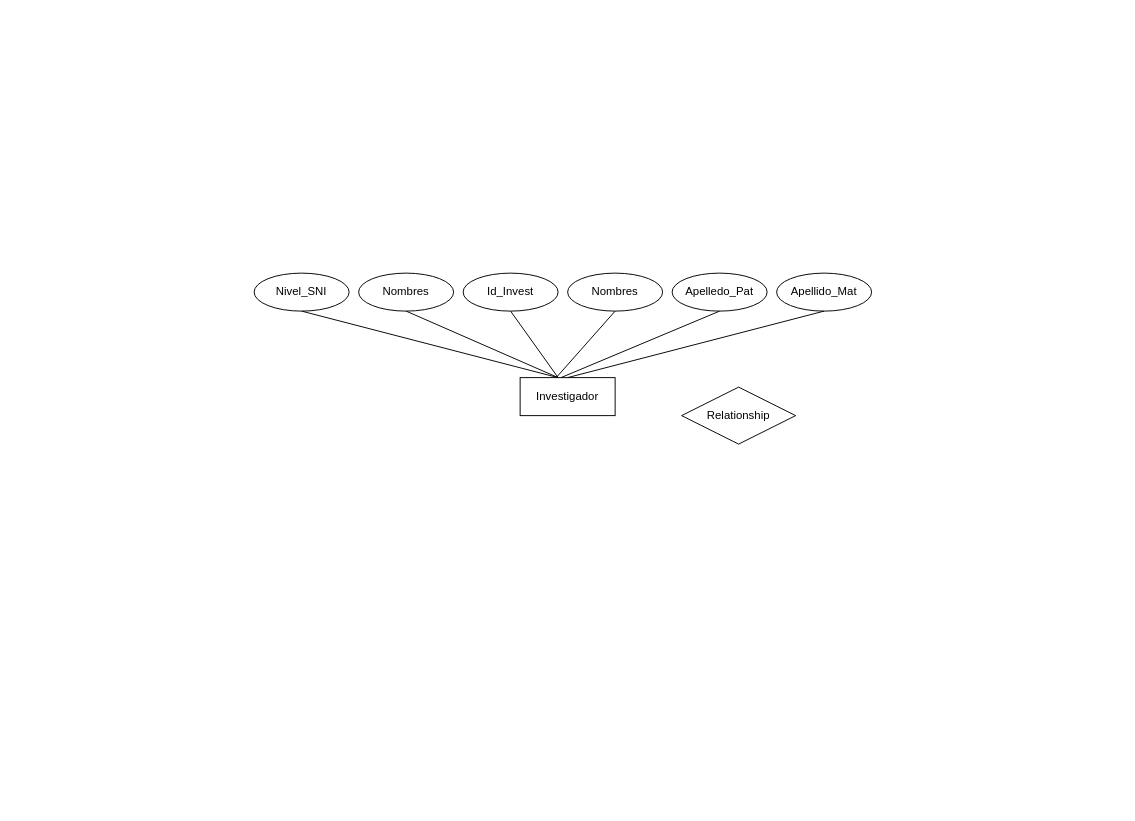
Above: Diagrama sin título.drawio in markbr04/Pro-SIM-TIRO (draw.io), before the change. Source tidied: cells renumbered, new cells numbered last; positions are measured from the earlier drawing's top-left corner, leaving out a move shared by most shapes. Both pictures are drawn from the tidied source at 95%, with x=0, y=0 at pixel (254, 273).
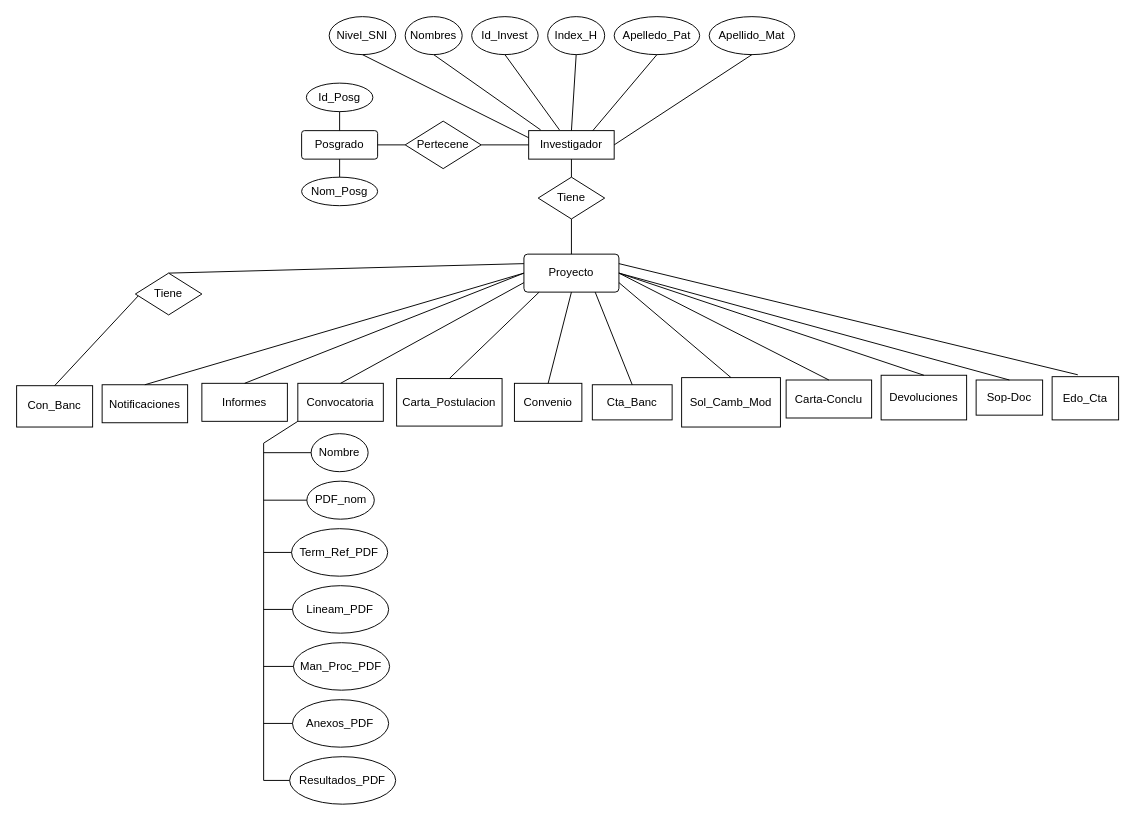
The same diagram, later.

Change to the diagram source:
```diff
@@
     <mxCell id="2" value="Investigador" style="whiteSpace=wrap;html=1;align=center;" parent="1" vertex="1">
-      <mxGeometry x="280" y="110" width="100" height="40" as="geometry" />
+      <mxGeometry x="289" y="-150" width="90" height="30" as="geometry" />
     </mxCell>
     <mxCell id="3" value="Id_Invest" style="ellipse;whiteSpace=wrap;html=1;align=center;" parent="1" vertex="1">
-      <mxGeometry x="220" width="100" height="40" as="geometry" />
+      <mxGeometry x="229" y="-270" width="70" height="40" as="geometry" />
     </mxCell>
-    <mxCell id="4" value="Nombres" style="ellipse;whiteSpace=wrap;html=1;align=center;" parent="1" vertex="1">
-      <mxGeometry x="330" width="100" height="40" as="geometry" />
+    <mxCell id="4" value="Index_H" style="ellipse;whiteSpace=wrap;html=1;align=center;" parent="1" vertex="1">
+      <mxGeometry x="309" y="-270" width="60" height="40" as="geometry" />
     </mxCell>
     <mxCell id="5" value="Apelledo_Pat" style="ellipse;whiteSpace=wrap;html=1;align=center;" parent="1" vertex="1">
-      <mxGeometry x="440" width="100" height="40" as="geometry" />
+      <mxGeometry x="379" y="-270" width="90" height="40" as="geometry" />
     </mxCell>
     <mxCell id="6" value="Nivel_SNI" style="ellipse;whiteSpace=wrap;html=1;align=center;" parent="1" vertex="1">
-      <mxGeometry width="100" height="40" as="geometry" />
+      <mxGeometry x="79" y="-270" width="70" height="40" as="geometry" />
     </mxCell>
     <mxCell id="7" value="Nombres" style="ellipse;whiteSpace=wrap;html=1;align=center;" parent="1" vertex="1">
-      <mxGeometry x="110" width="100" height="40" as="geometry" />
+      <mxGeometry x="159" y="-270" width="60" height="40" as="geometry" />
     </mxCell>
     <mxCell id="8" value="Apellido_Mat" style="ellipse;whiteSpace=wrap;html=1;align=center;" parent="1" vertex="1">
-      <mxGeometry x="550" width="100" height="40" as="geometry" />
+      <mxGeometry x="479" y="-270" width="90" height="40" as="geometry" />
     </mxCell>
-    <mxCell id="9" style="endArrow=none;html=1;rounded=0;exitX=0.4;exitY=0;exitDx=0;exitDy=0;entryX=0.5;entryY=1;entryDx=0;entryDy=0;exitPerimeter=0;" parent="1" edge="1" source="2" target="6">
+    <mxCell id="9" style="endArrow=none;html=1;rounded=0;exitX=0;exitY=0.25;exitDx=0;exitDy=0;entryX=0.5;entryY=1;entryDx=0;entryDy=0;" parent="1" edge="1" source="2" target="6">
       <mxGeometry relative="1" as="geometry" />
     </mxCell>
-    <mxCell id="10" style="endArrow=none;html=1;rounded=0;exitX=0.38;exitY=0;exitDx=0;exitDy=0;entryX=0.5;entryY=1;entryDx=0;entryDy=0;exitPerimeter=0;" parent="1" edge="1" source="2" target="4">
+    <mxCell id="10" style="endArrow=none;html=1;rounded=0;exitX=0.5;exitY=0;exitDx=0;exitDy=0;entryX=0.5;entryY=1;entryDx=0;entryDy=0;" parent="1" edge="1" source="2" target="4">
       <mxGeometry relative="1" as="geometry" />
     </mxCell>
-    <mxCell id="11" style="endArrow=none;html=1;rounded=0;exitX=0.43;exitY=0;exitDx=0;exitDy=0;entryX=0.5;entryY=1;entryDx=0;entryDy=0;exitPerimeter=0;" parent="1" edge="1" source="2" target="5">
+    <mxCell id="11" style="endArrow=none;html=1;rounded=0;exitX=0.75;exitY=0;exitDx=0;exitDy=0;entryX=0.5;entryY=1;entryDx=0;entryDy=0;" parent="1" edge="1" source="2" target="5">
       <mxGeometry relative="1" as="geometry" />
     </mxCell>
-    <mxCell id="12" style="endArrow=none;html=1;rounded=0;exitX=0.5;exitY=1;exitDx=0;exitDy=0;entryX=0.5;entryY=0;entryDx=0;entryDy=0;" parent="1" edge="1" source="8" target="2">
+    <mxCell id="12" style="endArrow=none;html=1;rounded=0;exitX=0.5;exitY=1;exitDx=0;exitDy=0;entryX=1;entryY=0.5;entryDx=0;entryDy=0;" parent="1" edge="1" source="8" target="2">
       <mxGeometry relative="1" as="geometry" />
     </mxCell>
-    <mxCell id="13" style="endArrow=none;html=1;rounded=0;exitX=0.4;exitY=0;exitDx=0;exitDy=0;exitPerimeter=0;entryX=0.5;entryY=1;entryDx=0;entryDy=0;" parent="1" edge="1" source="2" target="3">
+    <mxCell id="13" style="endArrow=none;html=1;rounded=0;exitX=0.36;exitY=-0.025;exitDx=0;exitDy=0;entryX=0.5;entryY=1;entryDx=0;entryDy=0;exitPerimeter=0;" parent="1" edge="1" source="2" target="3">
       <mxGeometry relative="1" as="geometry" />
     </mxCell>
-    <mxCell id="14" style="endArrow=none;html=1;rounded=0;entryX=0.5;entryY=1;entryDx=0;entryDy=0;" parent="1" edge="1" target="7">
-      <mxGeometry relative="1" as="geometry">
-        <mxPoint x="320" y="110" as="sourcePoint" />
-      </mxGeometry>
+    <mxCell id="14" style="endArrow=none;html=1;rounded=0;entryX=0.5;entryY=1;entryDx=0;entryDy=0;exitX=0.14;exitY=-0.025;exitDx=0;exitDy=0;exitPerimeter=0;" parent="1" edge="1" source="2" target="7">
+      <mxGeometry relative="1" as="geometry" />
     </mxCell>
-    <mxCell id="15" value="Relationship" style="shape=rhombus;perimeter=rhombusPerimeter;whiteSpace=wrap;html=1;align=center;" parent="1" vertex="1">
-      <mxGeometry x="450" y="120" width="120" height="60" as="geometry" />
+    <mxCell id="15" value="Pertecene" style="shape=rhombus;perimeter=rhombusPerimeter;whiteSpace=wrap;html=1;align=center;" parent="1" vertex="1">
+      <mxGeometry x="159" y="-160" width="80" height="50" as="geometry" />
     </mxCell>
+    <mxCell id="16" value="Posgrado" style="rounded=1;arcSize=10;whiteSpace=wrap;html=1;align=center;" parent="1" vertex="1">
+      <mxGeometry x="50" y="-150" width="80" height="30" as="geometry" />
+    </mxCell>
+    <mxCell id="17" style="endArrow=none;html=1;rounded=0;entryX=0;entryY=0.5;entryDx=0;entryDy=0;" parent="1" edge="1" source="15" target="2">
+      <mxGeometry relative="1" as="geometry" />
+    </mxCell>
+    <mxCell id="18" value="Id_Posg" style="ellipse;whiteSpace=wrap;html=1;align=center;" parent="1" vertex="1">
+      <mxGeometry x="55" y="-200" width="70" height="30" as="geometry" />
+    </mxCell>
+    <mxCell id="19" value="Nom_Posg" style="ellipse;whiteSpace=wrap;html=1;align=center;" parent="1" vertex="1">
+      <mxGeometry x="50" y="-101" width="80" height="30" as="geometry" />
+    </mxCell>
+    <mxCell id="20" style="endArrow=none;html=1;rounded=0;entryX=0;entryY=0.5;entryDx=0;entryDy=0;exitX=1;exitY=0.5;exitDx=0;exitDy=0;" parent="1" edge="1" source="16" target="15">
+      <mxGeometry relative="1" as="geometry" />
+    </mxCell>
+    <mxCell id="21" value="Proyecto" style="rounded=1;arcSize=10;whiteSpace=wrap;html=1;align=center;" parent="1" vertex="1">
+      <mxGeometry x="284" y="-20" width="100" height="40" as="geometry" />
+    </mxCell>
+    <mxCell id="22" value="Tiene" style="shape=rhombus;perimeter=rhombusPerimeter;whiteSpace=wrap;html=1;align=center;" parent="1" vertex="1">
+      <mxGeometry x="299" y="-101" width="70" height="44" as="geometry" />
+    </mxCell>
+    <mxCell id="23" style="endArrow=none;html=1;rounded=0;exitX=0.5;exitY=0;exitDx=0;exitDy=0;entryX=0.5;entryY=1;entryDx=0;entryDy=0;" parent="1" edge="1" source="22" target="2">
+      <mxGeometry relative="1" as="geometry" />
+    </mxCell>
+    <mxCell id="24" style="endArrow=none;html=1;rounded=0;exitX=0.5;exitY=0;exitDx=0;exitDy=0;entryX=0.5;entryY=1;entryDx=0;entryDy=0;" parent="1" edge="1" source="21" target="22">
+      <mxGeometry relative="1" as="geometry" />
+    </mxCell>
+    <mxCell id="25" value="Convocatoria" style="rounded;whiteSpace=wrap;html=1;align=center;" parent="1" vertex="1">
+      <mxGeometry x="46" y="116" width="90" height="40" as="geometry" />
+    </mxCell>
+    <mxCell id="26" style="endArrow=none;html=1;rounded=0;entryX=0.5;entryY=1;entryDx=0;entryDy=0;exitX=0.5;exitY=0;exitDx=0;exitDy=0;" parent="1" edge="1" source="16" target="18">
+      <mxGeometry relative="1" as="geometry" />
+    </mxCell>
+    <mxCell id="27" style="endArrow=none;html=1;rounded=0;entryX=0.5;entryY=1;entryDx=0;entryDy=0;exitX=0.5;exitY=0;exitDx=0;exitDy=0;" parent="1" edge="1" source="19" target="16">
+      <mxGeometry relative="1" as="geometry" />
+    </mxCell>
+    <mxCell id="28" value="Carta_Postulacion" style="rounded;whiteSpace=wrap;html=1;align=center;" parent="1" vertex="1">
+      <mxGeometry x="150" y="111" width="111" height="50" as="geometry" />
+    </mxCell>
+    <mxCell id="29" value="Sol_Camb_Mod" style="rounded;whiteSpace=wrap;html=1;align=center;" parent="1" vertex="1">
+      <mxGeometry x="450" y="110" width="104" height="52" as="geometry" />
+    </mxCell>
+    <mxCell id="30" value="Carta-Conclu" style="rounded;whiteSpace=wrap;html=1;align=center;" parent="1" vertex="1">
+      <mxGeometry x="560" y="112.5" width="90" height="40" as="geometry" />
+    </mxCell>
+    <mxCell id="31" value="Informes" style="rounded;whiteSpace=wrap;html=1;align=center;" parent="1" vertex="1">
+      <mxGeometry x="-55" y="116" width="90" height="40" as="geometry" />
+    </mxCell>
+    <mxCell id="32" value="Cta_Banc" style="rounded;whiteSpace=wrap;html=1;align=center;" parent="1" vertex="1">
+      <mxGeometry x="356" y="117.5" width="84" height="37" as="geometry" />
+    </mxCell>
+    <mxCell id="33" value="Convenio" style="rounded;whiteSpace=wrap;html=1;align=center;" parent="1" vertex="1">
+      <mxGeometry x="274" y="116" width="71" height="40" as="geometry" />
+    </mxCell>
+    <mxCell id="34" style="endArrow=none;html=1;rounded=0;exitX=0.5;exitY=0;exitDx=0;exitDy=0;entryX=0;entryY=0.5;entryDx=0;entryDy=0;" parent="1" edge="1" source="31" target="21">
+      <mxGeometry relative="1" as="geometry" />
+    </mxCell>
+    <mxCell id="35" style="endArrow=none;html=1;rounded=0;exitX=0.5;exitY=0;exitDx=0;exitDy=0;entryX=0;entryY=0.75;entryDx=0;entryDy=0;" parent="1" edge="1" source="25" target="21">
+      <mxGeometry relative="1" as="geometry" />
+    </mxCell>
+    <mxCell id="36" style="endArrow=none;html=1;rounded=0;exitX=0.5;exitY=0;exitDx=0;exitDy=0;" parent="1" edge="1" source="28">
+      <mxGeometry relative="1" as="geometry">
+        <mxPoint x="300" y="20" as="targetPoint" />
+      </mxGeometry>
+    </mxCell>
+    <mxCell id="37" style="endArrow=none;html=1;rounded=0;exitX=0.5;exitY=0;exitDx=0;exitDy=0;entryX=0.5;entryY=1;entryDx=0;entryDy=0;" parent="1" edge="1" source="33" target="21">
+      <mxGeometry relative="1" as="geometry" />
+    </mxCell>
+    <mxCell id="38" style="endArrow=none;html=1;rounded=0;exitX=0.5;exitY=0;exitDx=0;exitDy=0;entryX=0.75;entryY=1;entryDx=0;entryDy=0;" parent="1" edge="1" source="32" target="21">
+      <mxGeometry relative="1" as="geometry" />
+    </mxCell>
+    <mxCell id="39" style="endArrow=none;html=1;rounded=0;exitX=0.5;exitY=0;exitDx=0;exitDy=0;entryX=1;entryY=0.75;entryDx=0;entryDy=0;" parent="1" edge="1" source="29" target="21">
+      <mxGeometry relative="1" as="geometry" />
+    </mxCell>
+    <mxCell id="40" style="endArrow=none;html=1;rounded=0;exitX=0.5;exitY=0;exitDx=0;exitDy=0;entryX=1;entryY=0.5;entryDx=0;entryDy=0;" parent="1" edge="1" source="30" target="21">
+      <mxGeometry relative="1" as="geometry" />
+    </mxCell>
+    <mxCell id="41" value="Con_Banc" style="rounded;whiteSpace=wrap;html=1;align=center;" parent="1" vertex="1">
+      <mxGeometry x="-250" y="118.5" width="80" height="43.5" as="geometry" />
+    </mxCell>
+    <mxCell id="42" value="Notificaciones" style="rounded;whiteSpace=wrap;html=1;align=center;" parent="1" vertex="1">
+      <mxGeometry x="-160" y="117.5" width="90" height="40" as="geometry" />
+    </mxCell>
+    <mxCell id="43" value="Edo_Cta" style="rounded;whiteSpace=wrap;html=1;align=center;" parent="1" vertex="1">
+      <mxGeometry x="840" y="109" width="70" height="45.5" as="geometry" />
+    </mxCell>
+    <mxCell id="44" value="Sop-Doc" style="rounded;whiteSpace=wrap;html=1;align=center;" parent="1" vertex="1">
+      <mxGeometry x="760" y="112.5" width="70" height="37" as="geometry" />
+    </mxCell>
+    <mxCell id="45" value="Devoluciones" style="rounded;whiteSpace=wrap;html=1;align=center;" parent="1" vertex="1">
+      <mxGeometry x="660" y="107.5" width="90" height="47" as="geometry" />
+    </mxCell>
+    <mxCell id="46" style="endArrow=none;html=1;rounded=0;exitX=0.5;exitY=0;exitDx=0;exitDy=0;entryX=1;entryY=0.5;entryDx=0;entryDy=0;" parent="1" edge="1" source="45" target="21">
+      <mxGeometry relative="1" as="geometry" />
+    </mxCell>
+    <mxCell id="47" style="endArrow=none;html=1;rounded=0;exitX=1;exitY=0.5;exitDx=0;exitDy=0;entryX=0.5;entryY=0;entryDx=0;entryDy=0;" parent="1" edge="1" source="21" target="44">
+      <mxGeometry relative="1" as="geometry" />
+    </mxCell>
+    <mxCell id="48" style="endArrow=none;html=1;rounded=0;exitX=0.5;exitY=0;exitDx=0;exitDy=0;entryX=0;entryY=0.5;entryDx=0;entryDy=0;" parent="1" edge="1" source="42" target="21">
+      <mxGeometry relative="1" as="geometry" />
+    </mxCell>
+    <mxCell id="49" style="endArrow=none;html=1;rounded=0;exitX=0.5;exitY=0;exitDx=0;exitDy=0;entryX=0;entryY=0.25;entryDx=0;entryDy=0;startArrow=none;" parent="1" edge="1" source="67" target="21">
+      <mxGeometry relative="1" as="geometry" />
+    </mxCell>
+    <mxCell id="50" style="endArrow=none;html=1;rounded=0;exitX=1;exitY=0.25;exitDx=0;exitDy=0;entryX=0.386;entryY=-0.044;entryDx=0;entryDy=0;entryPerimeter=0;" parent="1" edge="1" source="21" target="43">
+      <mxGeometry relative="1" as="geometry" />
+    </mxCell>
+    <mxCell id="51" value="Nombre" style="ellipse;whiteSpace=wrap;html=1;align=center;" parent="1" vertex="1">
+      <mxGeometry x="60" y="169" width="60" height="40" as="geometry" />
+    </mxCell>
+    <mxCell id="52" value="PDF_nom" style="ellipse;whiteSpace=wrap;html=1;align=center;" parent="1" vertex="1">
+      <mxGeometry x="55.5" y="219" width="71" height="40" as="geometry" />
+    </mxCell>
+    <mxCell id="53" value="Term_Ref_PDF" style="ellipse;whiteSpace=wrap;html=1;align=center;" parent="1" vertex="1">
+      <mxGeometry x="39.4" y="269" width="101.2" height="50" as="geometry" />
+    </mxCell>
+    <mxCell id="54" value="Lineam_PDF" style="ellipse;whiteSpace=wrap;html=1;align=center;" parent="1" vertex="1">
+      <mxGeometry x="40.4" y="329" width="101.2" height="50" as="geometry" />
+    </mxCell>
+    <mxCell id="55" value="Man_Proc_PDF" style="ellipse;whiteSpace=wrap;html=1;align=center;" parent="1" vertex="1">
+      <mxGeometry x="41.4" y="389" width="101.2" height="50" as="geometry" />
+    </mxCell>
+    <mxCell id="56" value="Anexos_PDF" style="ellipse;whiteSpace=wrap;html=1;align=center;" parent="1" vertex="1">
+      <mxGeometry x="40.4" y="449" width="101.2" height="50" as="geometry" />
+    </mxCell>
+    <mxCell id="57" value="Resultados_PDF" style="ellipse;whiteSpace=wrap;html=1;align=center;" parent="1" vertex="1">
+      <mxGeometry x="37.4" y="509" width="111.6" height="50" as="geometry" />
+    </mxCell>
+    <mxCell id="58" style="endArrow=none;html=1;rounded=0;entryX=0;entryY=0.5;entryDx=0;entryDy=0;" parent="1" edge="1" target="57">
+      <mxGeometry relative="1" as="geometry">
+        <mxPoint x="10" y="179" as="sourcePoint" />
+        <Array as="points">
+          <mxPoint x="10" y="534" />
+        </Array>
+      </mxGeometry>
+    </mxCell>
+    <mxCell id="59" style="endArrow=none;html=1;rounded=0;entryX=0;entryY=1;entryDx=0;entryDy=0;" parent="1" edge="1" target="25">
+      <mxGeometry relative="1" as="geometry">
+        <mxPoint x="10" y="179" as="sourcePoint" />
+      </mxGeometry>
+    </mxCell>
+    <mxCell id="60" style="endArrow=none;html=1;rounded=0;entryX=0;entryY=0.5;entryDx=0;entryDy=0;" parent="1" edge="1" target="51">
+      <mxGeometry relative="1" as="geometry">
+        <mxPoint x="10" y="189" as="sourcePoint" />
+      </mxGeometry>
+    </mxCell>
+    <mxCell id="61" style="endArrow=none;html=1;rounded=0;entryX=0;entryY=0.5;entryDx=0;entryDy=0;" parent="1" edge="1" target="52">
+      <mxGeometry relative="1" as="geometry">
+        <mxPoint x="10" y="239" as="sourcePoint" />
+      </mxGeometry>
+    </mxCell>
+    <mxCell id="62" style="endArrow=none;html=1;rounded=0;entryX=0;entryY=0.5;entryDx=0;entryDy=0;" parent="1" edge="1" target="53">
+      <mxGeometry relative="1" as="geometry">
+        <mxPoint x="10" y="294" as="sourcePoint" />
+      </mxGeometry>
+    </mxCell>
+    <mxCell id="63" style="endArrow=none;html=1;rounded=0;entryX=0;entryY=0.5;entryDx=0;entryDy=0;" parent="1" edge="1" target="54">
+      <mxGeometry relative="1" as="geometry">
+        <mxPoint x="10" y="354" as="sourcePoint" />
+      </mxGeometry>
+    </mxCell>
+    <mxCell id="64" style="endArrow=none;html=1;rounded=0;entryX=0;entryY=0.5;entryDx=0;entryDy=0;" parent="1" edge="1" target="55">
+      <mxGeometry relative="1" as="geometry">
+        <mxPoint x="10" y="414" as="sourcePoint" />
+      </mxGeometry>
+    </mxCell>
+    <mxCell id="65" style="endArrow=none;html=1;rounded=0;entryX=0;entryY=0.5;entryDx=0;entryDy=0;" parent="1" edge="1" target="56">
+      <mxGeometry relative="1" as="geometry">
+        <mxPoint x="10" y="474" as="sourcePoint" />
+      </mxGeometry>
+    </mxCell>
+    <mxCell id="66" style="endArrow=none;html=1;rounded=0;exitX=0.5;exitY=0;exitDx=0;exitDy=0;entryX=0;entryY=0.25;entryDx=0;entryDy=0;" parent="1" edge="1" source="41" target="67">
+      <mxGeometry relative="1" as="geometry" />
+    </mxCell>
+    <mxCell id="67" value="Tiene" style="shape=rhombus;perimeter=rhombusPerimeter;whiteSpace=wrap;html=1;align=center;" parent="1" vertex="1">
+      <mxGeometry x="-125" width="70" height="44" as="geometry" />
+    </mxCell>
```
